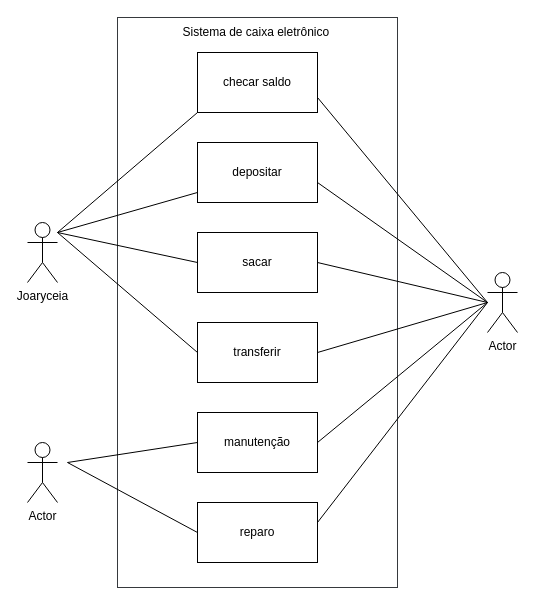
Earlier version of the draw.io diagram page "Página-2" (2 of 2) of Diagrama sem nome.drawio (Anthony-zzz/diagramasderequisitos). Source tidied: cells renumbered, new cells numbered last; positions are measured from the earlier drawing's top-left corner, leaving out a move shared by most shapes. Both pictures are drawn from the tidied source at 100%, with x=0, y=0 at pixel (27, 17).
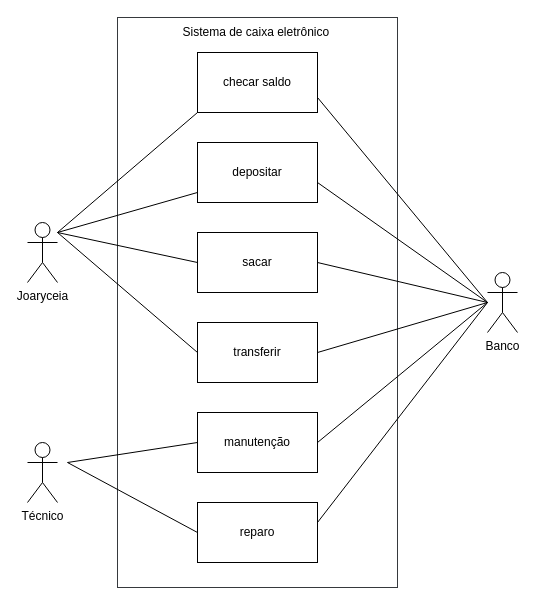
After the change.

What changed in the source:
```diff
@@
-    <mxCell id="10" value="Actor" style="shape=umlActor;verticalLabelPosition=bottom;verticalAlign=top;html=1;" parent="1" vertex="1">
+    <mxCell id="10" value="Técnico&lt;div&gt;&lt;br&gt;&lt;/div&gt;" style="shape=umlActor;verticalLabelPosition=bottom;verticalAlign=top;html=1;" parent="1" vertex="1">
       <mxGeometry y="425" width="30" height="60" as="geometry" />
     </mxCell>
-    <mxCell id="11" value="Actor" style="shape=umlActor;verticalLabelPosition=bottom;verticalAlign=top;html=1;" parent="1" vertex="1">
+    <mxCell id="11" value="Banco" style="shape=umlActor;verticalLabelPosition=bottom;verticalAlign=top;html=1;" parent="1" vertex="1">
       <mxGeometry x="460" y="255" width="30" height="60" as="geometry" />
     </mxCell>
```
